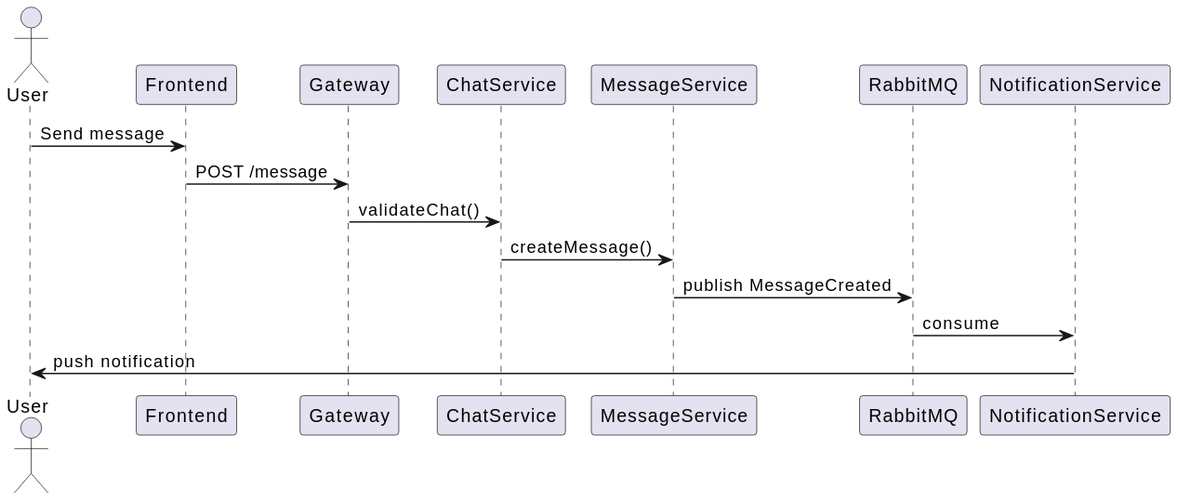
This is architecture/sequences/send-message.svg from Roma3214185/Messanger, a PlantUML export, as it was before one commit. Its diagram source:
```plantuml
@startuml
actor User
participant Frontend
participant Gateway
participant ChatService
participant MessageService
participant RabbitMQ
participant NotificationService

User -> Frontend: Send message
Frontend -> Gateway: POST /message
Gateway -> ChatService: validateChat()
ChatService -> MessageService: createMessage()
MessageService -> RabbitMQ: publish MessageCreated
RabbitMQ -> NotificationService: consume
NotificationService -> User: push notification
@enduml
```
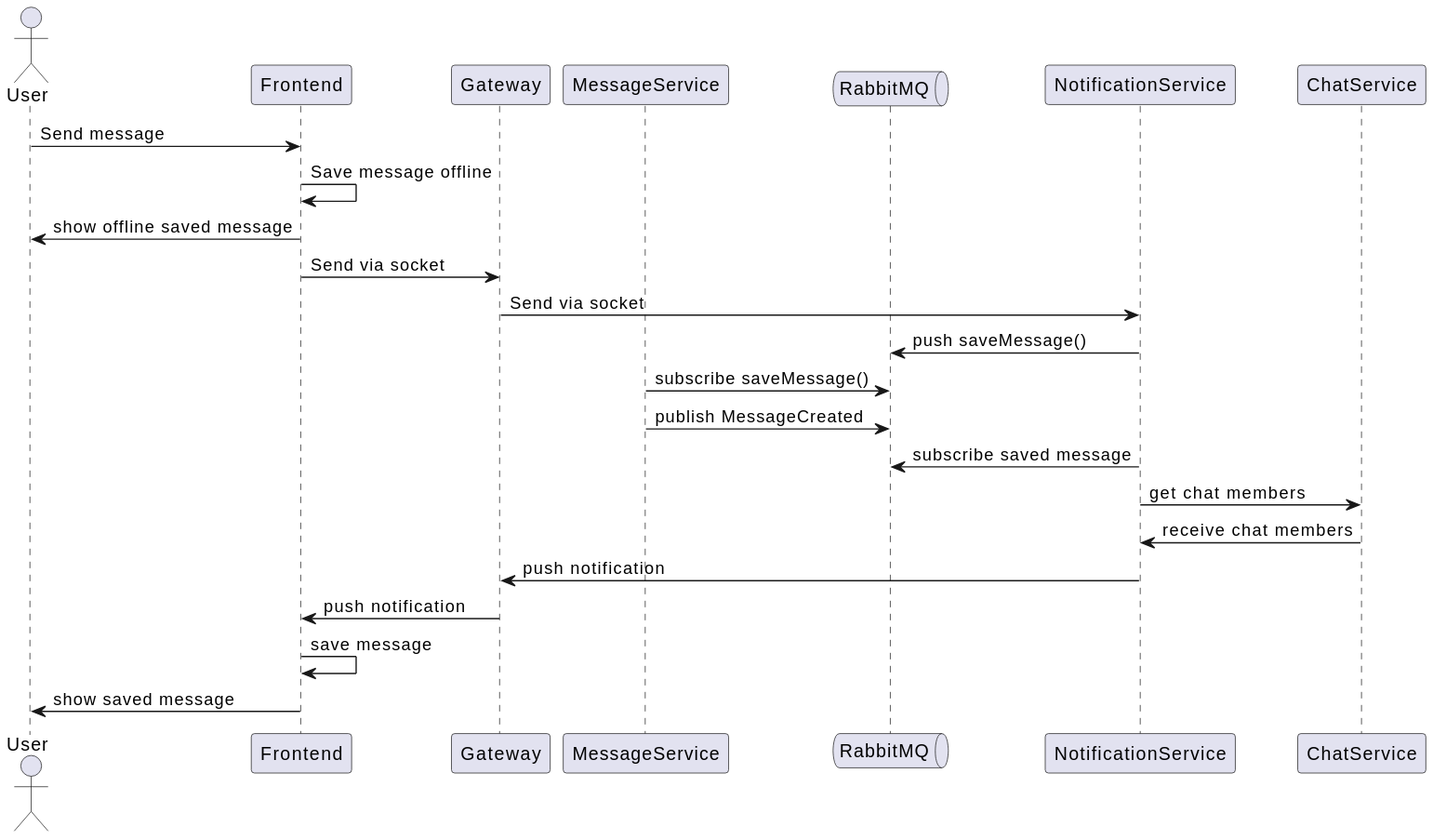
The same file after the commit.

The edit, as a diff of the source:
```diff
@@ -2,16 +2,24 @@
 actor User
 participant Frontend
 participant Gateway
+participant MessageService
+queue RabbitMQ
+participant NotificationService
 participant ChatService
-participant MessageService
-participant RabbitMQ
-participant NotificationService
 
 User -> Frontend: Send message
-Frontend -> Gateway: POST /message
-Gateway -> ChatService: validateChat()
-ChatService -> MessageService: createMessage()
+Frontend -> Frontend : Save message offline
+Frontend -> User : show offline saved message
+Frontend -> Gateway: Send via socket
+Gateway -> NotificationService: Send via socket
+NotificationService -> RabbitMQ: push saveMessage()
+MessageService -> RabbitMQ: subscribe saveMessage()
 MessageService -> RabbitMQ: publish MessageCreated
-RabbitMQ -> NotificationService: consume
-NotificationService -> User: push notification
+NotificationService -> RabbitMQ: subscribe saved message
+NotificationService -> ChatService: get chat members
+ChatService -> NotificationService: receive chat members
+NotificationService -> Gateway: push notification
+Gateway -> Frontend: push notification
+Frontend -> Frontend: save message
+Frontend -> User : show saved message
 @enduml
```
